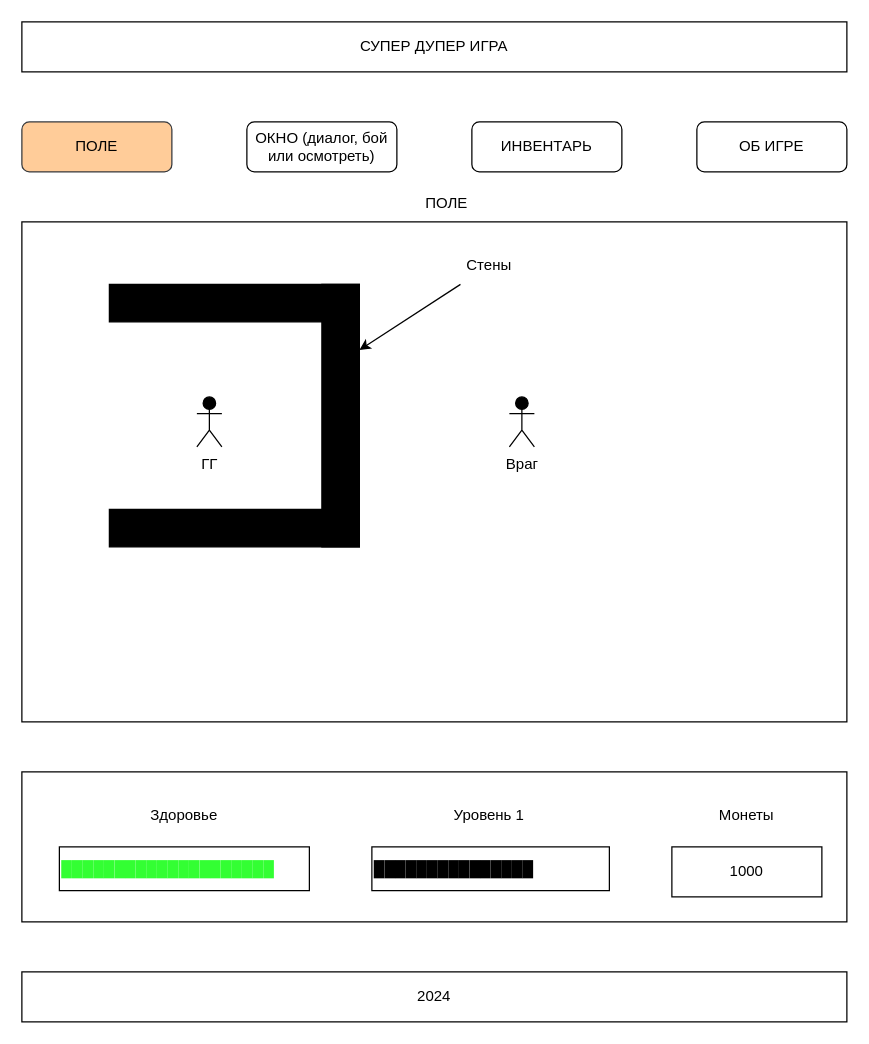
The draw.io diagram page "Поле" (1 of 3) of GameRPG.drawio in MrFireDeN/GameRPG, before the edit. Source tidied: cells renumbered, new cells numbered last; positions are measured from the earlier drawing's top-left corner, leaving out a move shared by most shapes. Both pictures are drawn from the tidied source at 125%, with x=0, y=0 at pixel (21, 21).
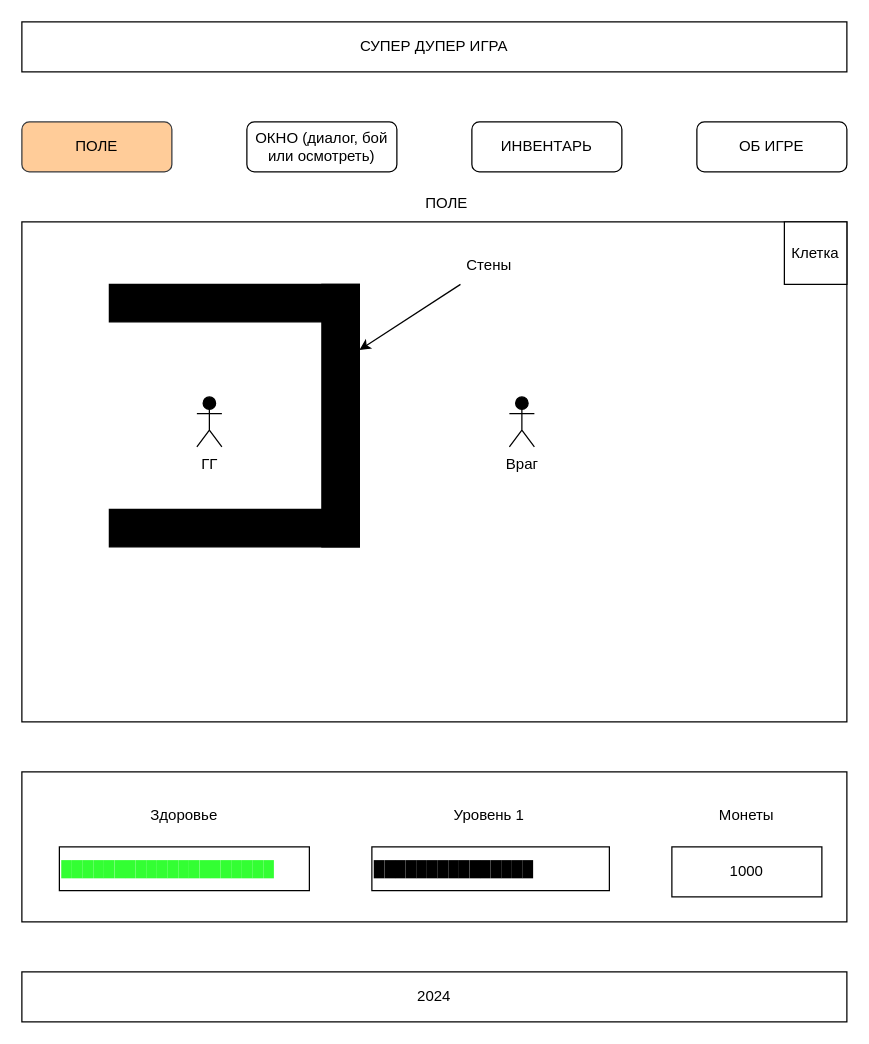
The same diagram, later.

Change to the diagram source:
```diff
@@
+    <mxCell id="24" value="Клетка" style="rounded=0;whiteSpace=wrap;html=1;strokeColor=default;align=center;verticalAlign=middle;fontFamily=Helvetica;fontSize=12;fontColor=default;fillColor=default;" parent="1" vertex="1">
+      <mxGeometry x="610" y="160" width="50" height="50" as="geometry" />
+    </mxCell>
```
